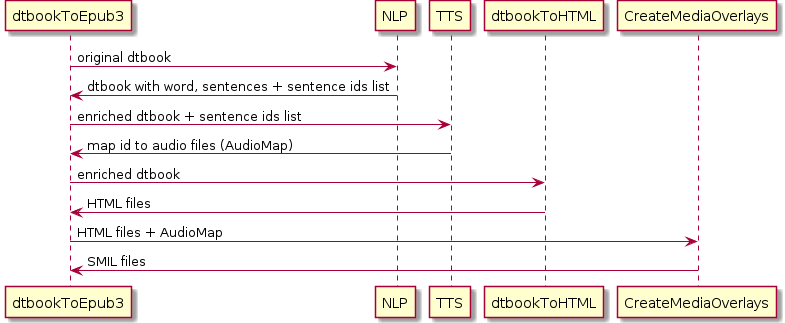
Before: dtbook-to-epub3.png, a diagram exported from PlantUML (daisy/pipeline-modules).
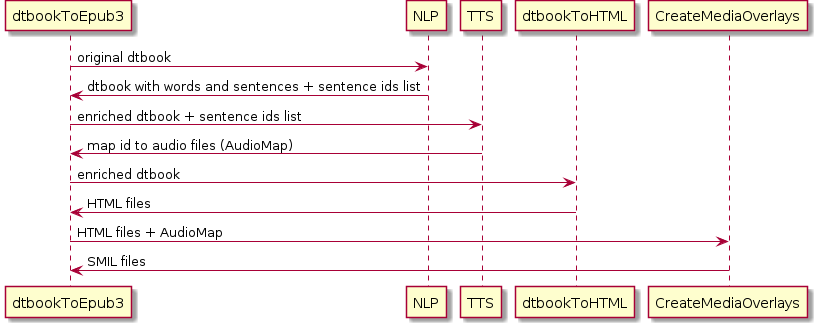
The same file after the commit.

What changed in the source:
```diff
@@ -1,6 +1,6 @@
 @startuml
 dtbookToEpub3->NLP: original dtbook
-NLP->dtbookToEpub3: dtbook with word, sentences + sentence ids list
+NLP->dtbookToEpub3: dtbook with words and sentences + sentence ids list
 dtbookToEpub3->TTS: enriched dtbook + sentence ids list
 TTS->dtbookToEpub3: map id to audio files (AudioMap)
 dtbookToEpub3->dtbookToHTML: enriched dtbook
```
